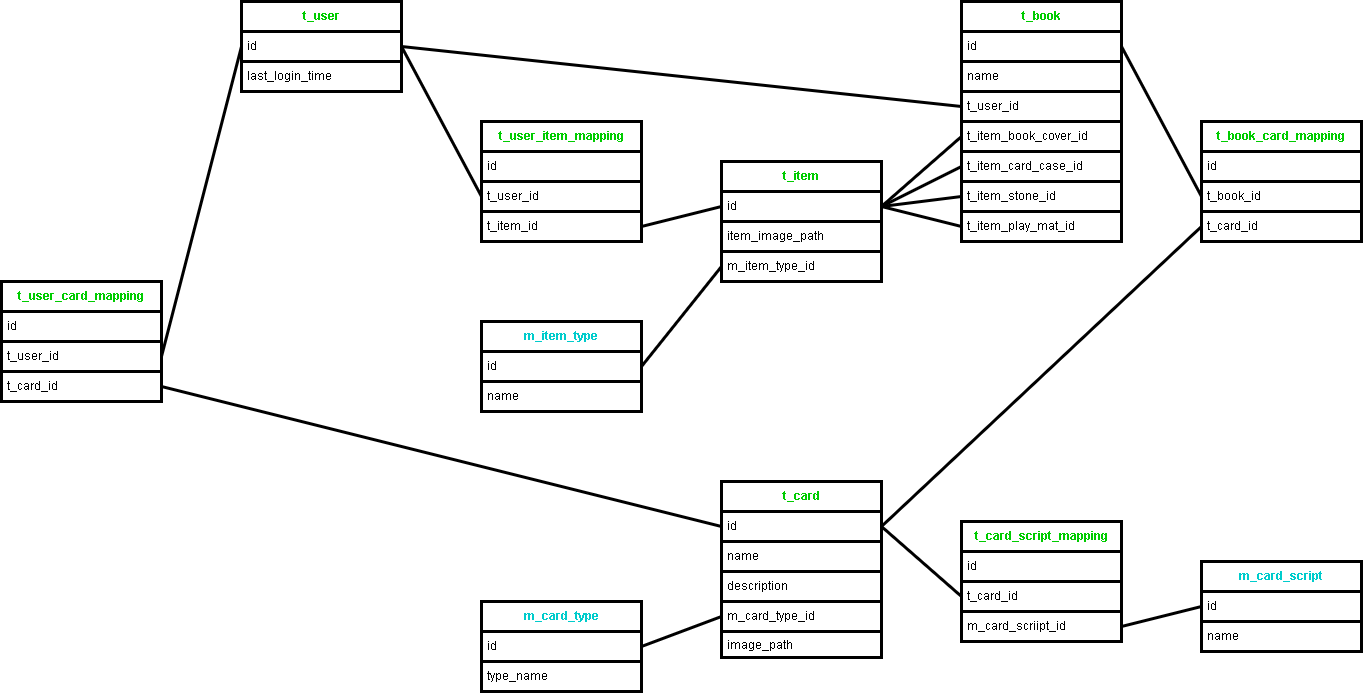
This is 要件/ER図.drawio.png from Chronoss0518/SpinnerOfTherNightSky, a draw.io export, as it was before one commit. Source tidied: cells renumbered, new cells last; positions are measured from the earlier drawing's top-left corner, leaving out a move shared by most shapes.
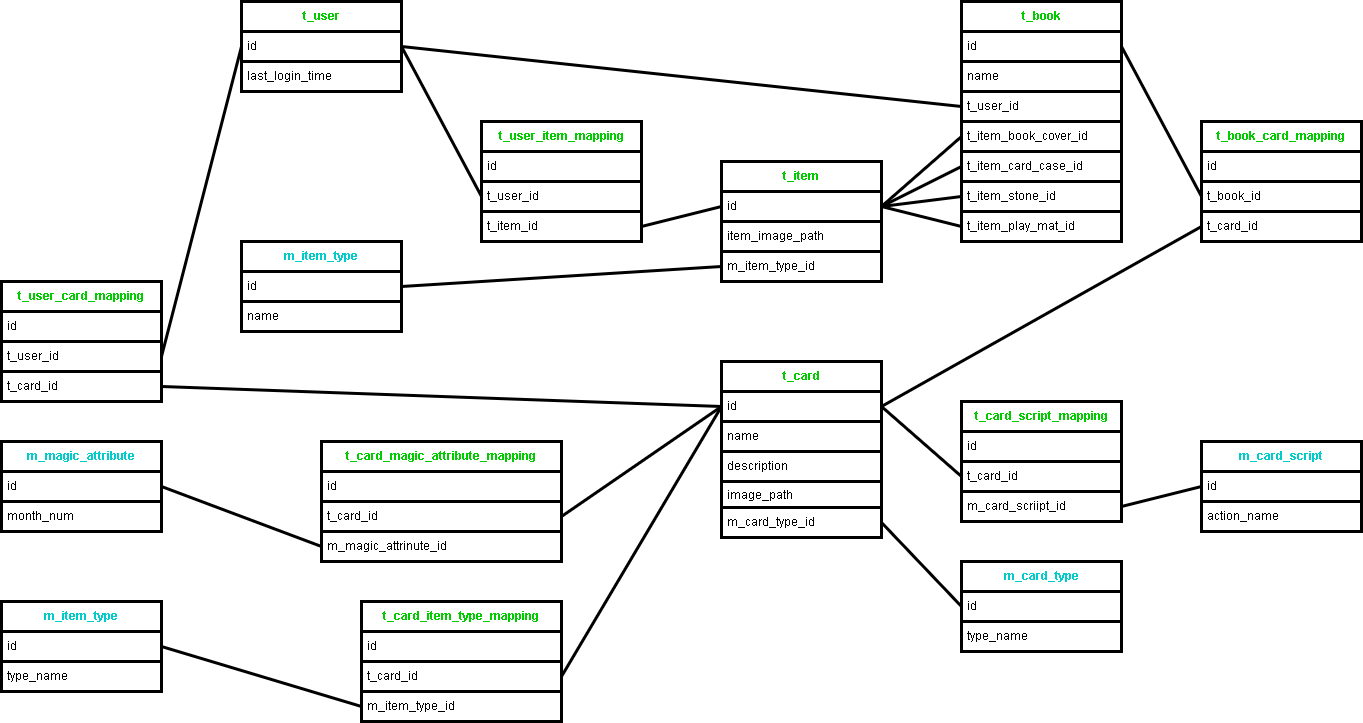
After the change.

Commit message:
MagicAttributeとItemTypeを登録できるように修正

Change to the diagram source:
```diff
@@ -12,7 +12,7 @@
       <mxGeometry y="60" width="160" height="30" as="geometry" />
     </mxCell>
     <mxCell id="5" value="t_card" style="swimlane;fontStyle=1;horizontal=1;startSize=30;whiteSpace=wrap;html=1;labelBorderColor=none;strokeWidth=3;labelBackgroundColor=none;fillStyle=solid;swimlaneFillColor=none;arcSize=15;fontColor=#00CC00;strokeColor=#000000;fillColor=none;gradientColor=none;glass=0;spacing=2;fontSize=12;" parent="1" vertex="1">
-      <mxGeometry x="720" y="480" width="160" height="176" as="geometry" />
+      <mxGeometry x="720" y="360" width="160" height="176" as="geometry" />
     </mxCell>
     <mxCell id="6" value="id" style="text;strokeColor=#000000;fillColor=none;align=left;verticalAlign=middle;spacingLeft=4;spacingRight=4;overflow=hidden;points=[[0,0.5],[1,0.5]];portConstraint=eastwest;whiteSpace=wrap;html=1;fontColor=#000000;labelBorderColor=none;strokeWidth=3;" parent="5" vertex="1">
       <mxGeometry y="30" width="160" height="30" as="geometry" />
@@ -23,14 +23,14 @@
     <mxCell id="8" value="description" style="text;strokeColor=#000000;fillColor=none;align=left;verticalAlign=middle;spacingLeft=4;spacingRight=4;overflow=hidden;whiteSpace=wrap;html=1;fontColor=#000000;labelBorderColor=none;strokeWidth=3;" parent="5" vertex="1">
       <mxGeometry y="90" width="160" height="30" as="geometry" />
     </mxCell>
+    <mxCell id="10" value="image_path" style="text;strokeColor=#000000;fillColor=none;align=left;verticalAlign=top;spacingLeft=4;spacingRight=4;overflow=hidden;whiteSpace=wrap;html=1;fontColor=#000000;labelBorderColor=none;strokeWidth=3;" parent="5" vertex="1">
+      <mxGeometry y="120" width="160" height="26" as="geometry" />
+    </mxCell>
     <mxCell id="9" value="m_card_type_id" style="text;strokeColor=#000000;fillColor=none;align=left;verticalAlign=middle;spacingLeft=4;spacingRight=4;overflow=hidden;points=[[0,0.5],[1,0.5]];portConstraint=eastwest;whiteSpace=wrap;html=1;fontColor=#000000;labelBorderColor=none;strokeWidth=3;" parent="5" vertex="1">
-      <mxGeometry y="120" width="160" height="30" as="geometry" />
+      <mxGeometry y="146" width="160" height="30" as="geometry" />
     </mxCell>
-    <mxCell id="10" value="image_path" style="text;strokeColor=#000000;fillColor=none;align=left;verticalAlign=top;spacingLeft=4;spacingRight=4;overflow=hidden;whiteSpace=wrap;html=1;fontColor=#000000;labelBorderColor=none;strokeWidth=3;" parent="5" vertex="1">
-      <mxGeometry y="150" width="160" height="26" as="geometry" />
-    </mxCell>
     <mxCell id="11" value="m_card_type" style="swimlane;fontStyle=1;horizontal=1;startSize=30;whiteSpace=wrap;html=1;labelBorderColor=none;strokeWidth=3;labelBackgroundColor=none;fillStyle=solid;swimlaneFillColor=none;arcSize=15;fontColor=#00CCCC;strokeColor=#000000;fillColor=none;gradientColor=none;glass=0;spacing=2;" parent="1" vertex="1">
-      <mxGeometry x="480" y="600" width="160" height="90" as="geometry" />
+      <mxGeometry x="960" y="560" width="160" height="90" as="geometry" />
     </mxCell>
     <mxCell id="12" value="id" style="text;strokeColor=#000000;fillColor=none;align=left;verticalAlign=middle;spacingLeft=4;spacingRight=4;overflow=hidden;points=[[0,0.5],[1,0.5]];portConstraint=eastwest;whiteSpace=wrap;html=1;fontColor=#000000;labelBorderColor=none;strokeWidth=3;" parent="11" vertex="1">
       <mxGeometry y="30" width="160" height="30" as="geometry" />
@@ -38,7 +38,7 @@
     <mxCell id="13" value="type_name" style="text;strokeColor=#000000;fillColor=none;align=left;verticalAlign=middle;spacingLeft=4;spacingRight=4;overflow=hidden;whiteSpace=wrap;html=1;fontColor=#000000;labelBorderColor=none;strokeWidth=3;" parent="11" vertex="1">
       <mxGeometry y="60" width="160" height="30" as="geometry" />
     </mxCell>
-    <mxCell id="14" style="edgeStyle=none;html=1;exitX=1;exitY=0.5;exitDx=0;exitDy=0;entryX=0;entryY=0.5;entryDx=0;entryDy=0;endArrow=none;endFill=0;startArrow=none;startFill=0;fontColor=#000000;labelBorderColor=none;strokeColor=#000000;strokeWidth=3;" parent="1" edge="1" source="12" target="9">
+    <mxCell id="14" style="edgeStyle=none;html=1;exitX=0;exitY=0.5;exitDx=0;exitDy=0;entryX=1;entryY=0.5;entryDx=0;entryDy=0;endArrow=none;endFill=0;startArrow=none;startFill=0;fontColor=#000000;labelBorderColor=none;strokeColor=#000000;strokeWidth=3;" parent="1" edge="1" source="12" target="9">
       <mxGeometry relative="1" as="geometry" />
     </mxCell>
     <mxCell id="15" value="t_book" style="swimlane;fontStyle=1;horizontal=1;startSize=30;whiteSpace=wrap;html=1;labelBorderColor=none;strokeWidth=3;labelBackgroundColor=none;fillStyle=solid;swimlaneFillColor=none;arcSize=15;fontColor=#00CC00;strokeColor=#000000;fillColor=none;gradientColor=none;glass=0;spacing=2;fontSize=12;" parent="1" vertex="1">
@@ -66,7 +66,7 @@
       <mxGeometry y="210" width="160" height="30" as="geometry" />
     </mxCell>
     <mxCell id="23" value="t_card_script_mapping" style="swimlane;fontStyle=1;horizontal=1;startSize=30;whiteSpace=wrap;html=1;labelBorderColor=none;strokeWidth=3;labelBackgroundColor=none;fillStyle=solid;swimlaneFillColor=none;arcSize=15;fontColor=#00CC00;strokeColor=#000000;fillColor=none;gradientColor=none;glass=0;spacing=2;fontSize=12;" parent="1" vertex="1">
-      <mxGeometry x="960" y="520" width="160" height="120" as="geometry" />
+      <mxGeometry x="960" y="400" width="160" height="120" as="geometry" />
     </mxCell>
     <mxCell id="24" value="id" style="text;strokeColor=#000000;fillColor=none;align=left;verticalAlign=middle;spacingLeft=4;spacingRight=4;overflow=hidden;whiteSpace=wrap;html=1;fontColor=#000000;labelBorderColor=none;strokeWidth=3;" parent="23" vertex="1">
       <mxGeometry y="30" width="160" height="30" as="geometry" />
@@ -81,12 +81,12 @@
       <mxGeometry relative="1" as="geometry" />
     </mxCell>
     <mxCell id="28" value="m_card_script" style="swimlane;fontStyle=1;horizontal=1;startSize=30;whiteSpace=wrap;html=1;labelBorderColor=none;strokeWidth=3;labelBackgroundColor=none;fillStyle=solid;swimlaneFillColor=none;arcSize=15;fontColor=#00CCCC;strokeColor=#000000;fillColor=none;gradientColor=none;glass=0;spacing=2;" parent="1" vertex="1">
-      <mxGeometry x="1200" y="560" width="160" height="90" as="geometry" />
+      <mxGeometry x="1200" y="440" width="160" height="90" as="geometry" />
     </mxCell>
     <mxCell id="29" value="id" style="text;strokeColor=#000000;fillColor=none;align=left;verticalAlign=middle;spacingLeft=4;spacingRight=4;overflow=hidden;points=[[0,0.5],[1,0.5]];portConstraint=eastwest;whiteSpace=wrap;html=1;fontColor=#000000;labelBorderColor=none;strokeWidth=3;" parent="28" vertex="1">
       <mxGeometry y="30" width="160" height="30" as="geometry" />
     </mxCell>
-    <mxCell id="30" value="name" style="text;strokeColor=#000000;fillColor=none;align=left;verticalAlign=middle;spacingLeft=4;spacingRight=4;overflow=hidden;whiteSpace=wrap;html=1;fontColor=#000000;labelBorderColor=none;strokeWidth=3;" parent="28" vertex="1">
+    <mxCell id="30" value="action_name" style="text;strokeColor=#000000;fillColor=none;align=left;verticalAlign=middle;spacingLeft=4;spacingRight=4;overflow=hidden;whiteSpace=wrap;html=1;fontColor=#000000;labelBorderColor=none;strokeWidth=3;" parent="28" vertex="1">
       <mxGeometry y="60" width="160" height="30" as="geometry" />
     </mxCell>
     <mxCell id="31" style="edgeStyle=none;html=1;exitX=0;exitY=0.5;exitDx=0;exitDy=0;entryX=1;entryY=0.5;entryDx=0;entryDy=0;startArrow=none;startFill=0;endArrow=none;endFill=0;fontColor=#000000;labelBorderColor=none;strokeColor=#000000;strokeWidth=3;" parent="1" edge="1" source="29" target="26">
@@ -156,7 +156,7 @@
       <mxGeometry relative="1" as="geometry" />
     </mxCell>
     <mxCell id="53" value="m_item_type" style="swimlane;fontStyle=1;horizontal=1;startSize=30;whiteSpace=wrap;html=1;labelBorderColor=none;strokeWidth=3;labelBackgroundColor=none;fillStyle=solid;swimlaneFillColor=none;arcSize=15;fontColor=#00CCCC;strokeColor=#000000;fillColor=none;gradientColor=none;glass=0;spacing=2;" parent="1" vertex="1">
-      <mxGeometry x="480" y="320" width="160" height="90" as="geometry" />
+      <mxGeometry x="240" y="240" width="160" height="90" as="geometry" />
     </mxCell>
     <mxCell id="54" value="id" style="text;strokeColor=#000000;fillColor=none;align=left;verticalAlign=middle;spacingLeft=4;spacingRight=4;overflow=hidden;points=[[0,0.5],[1,0.5]];portConstraint=eastwest;whiteSpace=wrap;html=1;fontColor=#000000;labelBorderColor=none;strokeWidth=3;" parent="53" vertex="1">
       <mxGeometry y="30" width="160" height="30" as="geometry" />
@@ -185,5 +185,59 @@
     <mxCell id="62" style="edgeStyle=none;html=1;exitX=1;exitY=0.5;exitDx=0;exitDy=0;entryX=0;entryY=0.5;entryDx=0;entryDy=0;startArrow=none;startFill=0;endArrow=none;endFill=0;fontColor=#000000;labelBorderColor=none;strokeColor=#000000;strokeWidth=3;" parent="1" edge="1" source="60" target="46">
       <mxGeometry relative="1" as="geometry" />
     </mxCell>
+    <mxCell id="63" value="t_card_magic_attribute_mapping" style="swimlane;fontStyle=1;horizontal=1;startSize=30;whiteSpace=wrap;html=1;labelBorderColor=none;strokeWidth=3;labelBackgroundColor=none;fillStyle=solid;swimlaneFillColor=none;arcSize=15;fontColor=#00CC00;strokeColor=#000000;fillColor=none;gradientColor=none;glass=0;spacing=2;fontSize=12;" parent="1" vertex="1">
+      <mxGeometry x="320" y="440" width="240" height="120" as="geometry" />
+    </mxCell>
+    <mxCell id="64" value="id" style="text;strokeColor=#000000;fillColor=none;align=left;verticalAlign=middle;spacingLeft=4;spacingRight=4;overflow=hidden;whiteSpace=wrap;html=1;fontColor=#000000;labelBorderColor=none;strokeWidth=3;" parent="63" vertex="1">
+      <mxGeometry y="30" width="240" height="30" as="geometry" />
+    </mxCell>
+    <mxCell id="65" value="t_card_id" style="text;strokeColor=#000000;fillColor=none;align=left;verticalAlign=middle;spacingLeft=4;spacingRight=4;overflow=hidden;points=[[0,0.5],[1,0.5]];portConstraint=eastwest;whiteSpace=wrap;html=1;fontColor=#000000;labelBorderColor=none;strokeWidth=3;" parent="63" vertex="1">
+      <mxGeometry y="60" width="240" height="30" as="geometry" />
+    </mxCell>
+    <mxCell id="66" value="m_magic_attrinute_id" style="text;strokeColor=#000000;fillColor=none;align=left;verticalAlign=middle;spacingLeft=4;spacingRight=4;overflow=hidden;points=[[0,0.5],[1,0.5]];portConstraint=eastwest;whiteSpace=wrap;html=1;fontColor=#000000;labelBorderColor=none;strokeWidth=3;" parent="63" vertex="1">
+      <mxGeometry y="90" width="240" height="30" as="geometry" />
+    </mxCell>
+    <mxCell id="67" value="m_magic_attribute" style="swimlane;fontStyle=1;horizontal=1;startSize=30;whiteSpace=wrap;html=1;labelBorderColor=none;strokeWidth=3;labelBackgroundColor=none;fillStyle=solid;swimlaneFillColor=none;arcSize=15;fontColor=#00CCCC;strokeColor=#000000;fillColor=none;gradientColor=none;glass=0;spacing=2;" parent="1" vertex="1">
+      <mxGeometry y="440" width="160" height="90" as="geometry" />
+    </mxCell>
+    <mxCell id="68" value="id" style="text;strokeColor=#000000;fillColor=none;align=left;verticalAlign=middle;spacingLeft=4;spacingRight=4;overflow=hidden;points=[[0,0.5],[1,0.5]];portConstraint=eastwest;whiteSpace=wrap;html=1;fontColor=#000000;labelBorderColor=none;strokeWidth=3;" parent="67" vertex="1">
+      <mxGeometry y="30" width="160" height="30" as="geometry" />
+    </mxCell>
+    <mxCell id="69" value="month_num" style="text;strokeColor=#000000;fillColor=none;align=left;verticalAlign=middle;spacingLeft=4;spacingRight=4;overflow=hidden;whiteSpace=wrap;html=1;fontColor=#000000;labelBorderColor=none;strokeWidth=3;" parent="67" vertex="1">
+      <mxGeometry y="60" width="160" height="30" as="geometry" />
+    </mxCell>
+    <mxCell id="70" style="edgeStyle=none;html=1;exitX=0;exitY=0.5;exitDx=0;exitDy=0;entryX=1;entryY=0.5;entryDx=0;entryDy=0;strokeWidth=3;strokeColor=#000000;endArrow=none;endFill=0;" parent="1" edge="1" source="6" target="65">
+      <mxGeometry relative="1" as="geometry" />
+    </mxCell>
+    <mxCell id="71" style="edgeStyle=none;html=1;exitX=1;exitY=0.5;exitDx=0;exitDy=0;entryX=0;entryY=0.5;entryDx=0;entryDy=0;strokeColor=#000000;strokeWidth=3;endArrow=none;endFill=0;" parent="1" edge="1" source="68" target="66">
+      <mxGeometry relative="1" as="geometry" />
+    </mxCell>
+    <mxCell id="72" value="t_card_item_type_mapping" style="swimlane;fontStyle=1;horizontal=1;startSize=30;whiteSpace=wrap;html=1;labelBorderColor=none;strokeWidth=3;labelBackgroundColor=none;fillStyle=solid;swimlaneFillColor=none;arcSize=15;fontColor=#00CC00;strokeColor=#000000;fillColor=none;gradientColor=none;glass=0;spacing=2;fontSize=12;" parent="1" vertex="1">
+      <mxGeometry x="360" y="600" width="200" height="120" as="geometry" />
+    </mxCell>
+    <mxCell id="73" value="id" style="text;strokeColor=#000000;fillColor=none;align=left;verticalAlign=middle;spacingLeft=4;spacingRight=4;overflow=hidden;whiteSpace=wrap;html=1;fontColor=#000000;labelBorderColor=none;strokeWidth=3;" parent="72" vertex="1">
+      <mxGeometry y="30" width="200" height="30" as="geometry" />
+    </mxCell>
+    <mxCell id="74" value="t_card_id" style="text;strokeColor=#000000;fillColor=none;align=left;verticalAlign=middle;spacingLeft=4;spacingRight=4;overflow=hidden;points=[[0,0.5],[1,0.5]];portConstraint=eastwest;whiteSpace=wrap;html=1;fontColor=#000000;labelBorderColor=none;strokeWidth=3;" parent="72" vertex="1">
+      <mxGeometry y="60" width="200" height="30" as="geometry" />
+    </mxCell>
+    <mxCell id="75" value="m_item_type_id" style="text;strokeColor=#000000;fillColor=none;align=left;verticalAlign=middle;spacingLeft=4;spacingRight=4;overflow=hidden;points=[[0,0.5],[1,0.5]];portConstraint=eastwest;whiteSpace=wrap;html=1;fontColor=#000000;labelBorderColor=none;strokeWidth=3;" parent="72" vertex="1">
+      <mxGeometry y="90" width="200" height="30" as="geometry" />
+    </mxCell>
+    <mxCell id="76" value="m_item_type" style="swimlane;fontStyle=1;horizontal=1;startSize=30;whiteSpace=wrap;html=1;labelBorderColor=none;strokeWidth=3;labelBackgroundColor=none;fillStyle=solid;swimlaneFillColor=none;arcSize=15;fontColor=#00CCCC;strokeColor=#000000;fillColor=none;gradientColor=none;glass=0;spacing=2;" parent="1" vertex="1">
+      <mxGeometry y="600" width="160" height="90" as="geometry" />
+    </mxCell>
+    <mxCell id="77" value="id" style="text;strokeColor=#000000;fillColor=none;align=left;verticalAlign=middle;spacingLeft=4;spacingRight=4;overflow=hidden;points=[[0,0.5],[1,0.5]];portConstraint=eastwest;whiteSpace=wrap;html=1;fontColor=#000000;labelBorderColor=none;strokeWidth=3;" parent="76" vertex="1">
+      <mxGeometry y="30" width="160" height="30" as="geometry" />
+    </mxCell>
+    <mxCell id="78" value="type_name" style="text;strokeColor=#000000;fillColor=none;align=left;verticalAlign=middle;spacingLeft=4;spacingRight=4;overflow=hidden;whiteSpace=wrap;html=1;fontColor=#000000;labelBorderColor=none;strokeWidth=3;" parent="76" vertex="1">
+      <mxGeometry y="60" width="160" height="30" as="geometry" />
+    </mxCell>
+    <mxCell id="79" style="edgeStyle=none;html=1;exitX=1;exitY=0.5;exitDx=0;exitDy=0;entryX=0;entryY=0.5;entryDx=0;entryDy=0;strokeColor=#000000;strokeWidth=3;endArrow=none;endFill=0;" parent="1" edge="1" source="77" target="75">
+      <mxGeometry relative="1" as="geometry" />
+    </mxCell>
+    <mxCell id="80" style="edgeStyle=none;html=1;exitX=0;exitY=0.5;exitDx=0;exitDy=0;entryX=1;entryY=0.5;entryDx=0;entryDy=0;strokeColor=#000000;strokeWidth=3;endArrow=none;endFill=0;" parent="1" edge="1" source="6" target="74">
+      <mxGeometry relative="1" as="geometry" />
+    </mxCell>
   </root>
 </mxGraphModel>
```
